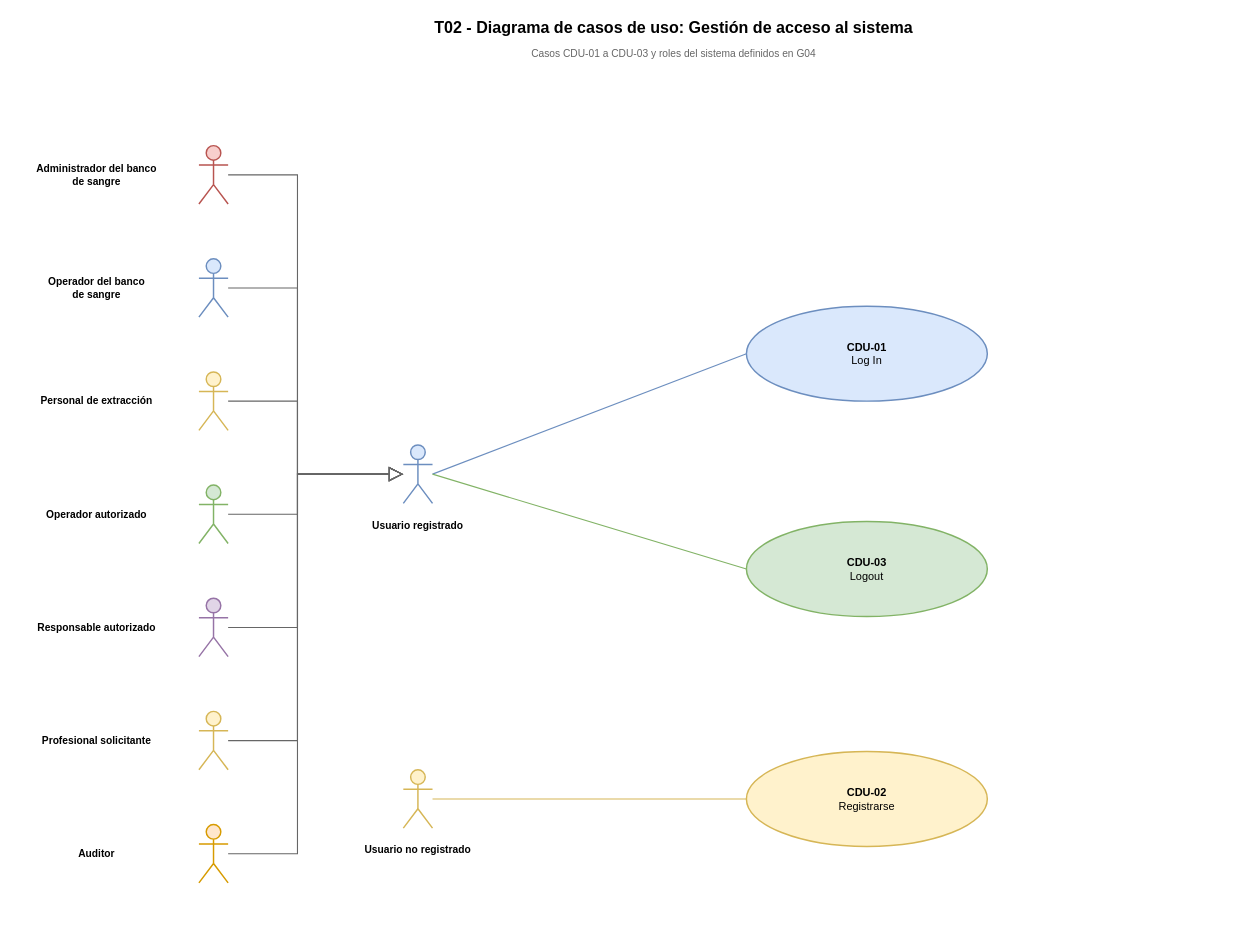
Above: Diagramas/Casos de Uso/T02 - CDU-01 a CDU-03 - Casos de uso.drawio in juanNH/Ingenieria-de-Software (draw.io), before the change. Source tidied: cells renumbered, new cells numbered last; positions are measured from the earlier drawing's top-left corner, leaving out a move shared by most shapes. Both pictures are drawn from the tidied source at 73%, with x=0, y=0 at pixel (12, 12).
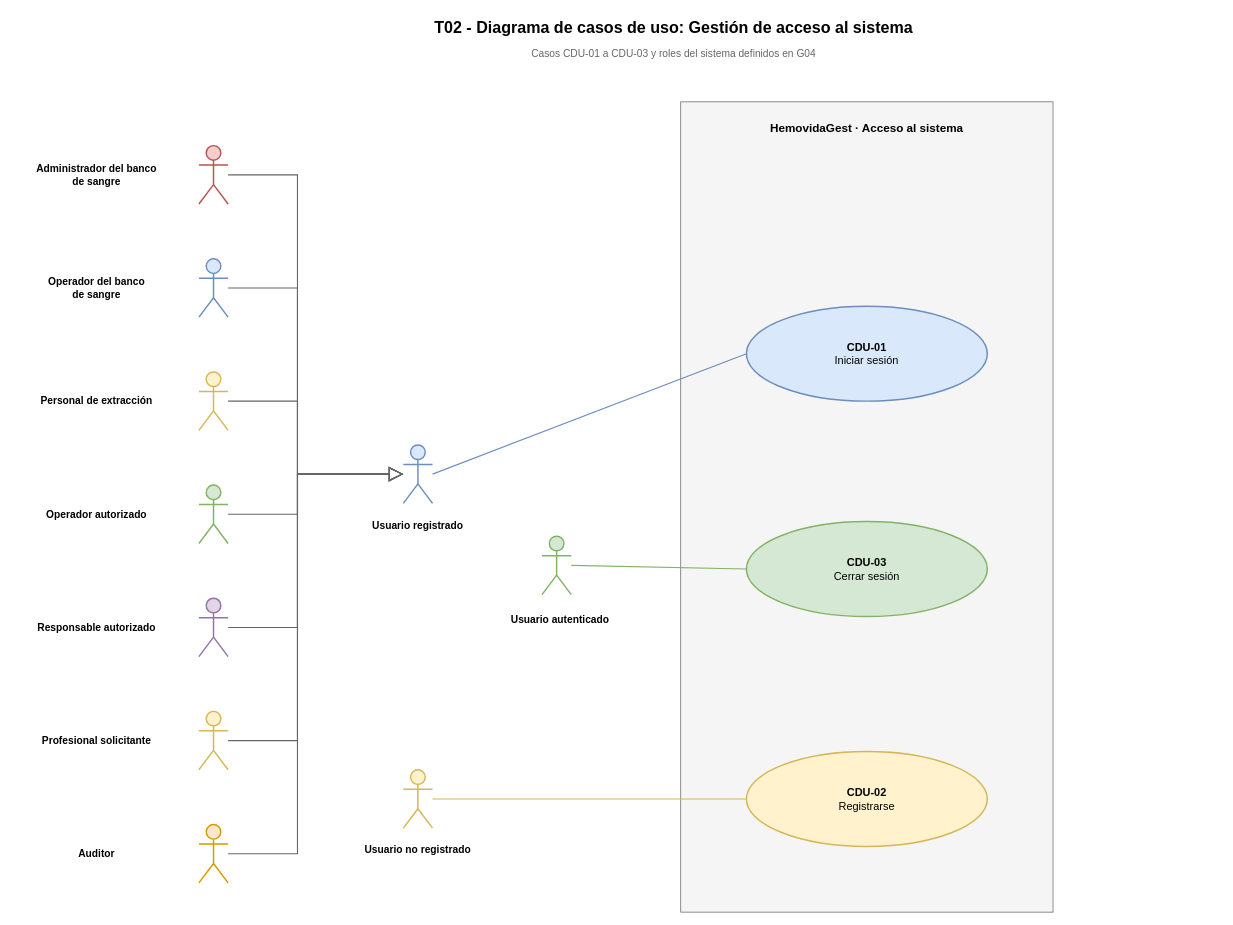
Above is the later version.

Unchanged cells that the change refers to:
```xml
<mxCell id="5" style="shape=umlActor;html=1;fillColor=#dae8fc;strokeColor=#6c8ebf;strokeWidth=2;" parent="1" vertex="1">
  <mxGeometry x="535" y="592" width="40" height="80" as="geometry" />
</mxCell>
```

What changed in the source:
```diff
@@
+    <mxCell id="35" value="&lt;b&gt;HemovidaGest · Acceso al sistema&lt;/b&gt;" style="rounded=0;whiteSpace=wrap;html=1;fillColor=#f5f5f5;strokeColor=#666666;verticalAlign=top;spacingTop=20;fontSize=16;fontFamily=Arial;" parent="1" vertex="1">
+      <mxGeometry x="915" y="122" width="510" height="1110" as="geometry" />
+    </mxCell>
@@
-    <mxCell id="4" value="&lt;b&gt;CDU-01&lt;/b&gt;&lt;br&gt;Log In" style="ellipse;whiteSpace=wrap;html=1;fillColor=#dae8fc;strokeColor=#6c8ebf;strokeWidth=2;fontSize=15;fontFamily=Arial;align=center;verticalAlign=middle;" parent="1" vertex="1">
+    <mxCell id="4" value="&lt;b&gt;CDU-01&lt;/b&gt;&lt;br&gt;Iniciar sesión" style="ellipse;whiteSpace=wrap;html=1;fillColor=#dae8fc;strokeColor=#6c8ebf;strokeWidth=2;fontSize=15;fontFamily=Arial;align=center;verticalAlign=middle;" parent="1" vertex="1">
       <mxGeometry x="1005" y="402" width="330" height="130" as="geometry" />
     </mxCell>
@@
-    <mxCell id="12" value="&lt;b&gt;CDU-03&lt;/b&gt;&lt;br&gt;Logout" style="ellipse;whiteSpace=wrap;html=1;fillColor=#d5e8d4;strokeColor=#82b366;strokeWidth=2;fontSize=15;fontFamily=Arial;align=center;verticalAlign=middle;" parent="1" vertex="1">
+    <mxCell id="12" value="&lt;b&gt;CDU-03&lt;/b&gt;&lt;br&gt;Cerrar sesión" style="ellipse;whiteSpace=wrap;html=1;fillColor=#d5e8d4;strokeColor=#82b366;strokeWidth=2;fontSize=15;fontFamily=Arial;align=center;verticalAlign=middle;" parent="1" vertex="1">
       <mxGeometry x="1005" y="697" width="330" height="130" as="geometry" />
     </mxCell>
@@
-    <mxCell id="27" style="rounded=0;html=1;endArrow=none;startArrow=none;strokeColor=#82b366;strokeWidth=1.5;exitX=1;exitY=0.5;entryX=0;entryY=0.5;" parent="1" edge="1" source="5" target="12">
+    <mxCell id="27" style="rounded=0;html=1;endArrow=none;startArrow=none;strokeColor=#82b366;strokeWidth=1.5;exitX=1;exitY=0.5;entryX=0;entryY=0.5;" parent="1" edge="1" source="36" target="12">
       <mxGeometry relative="1" as="geometry" />
     </mxCell>
@@
+    <mxCell id="36" style="shape=umlActor;html=1;fillColor=#d5e8d4;strokeColor=#82b366;strokeWidth=2;" parent="1" vertex="1">
+      <mxGeometry x="725" y="717" width="40" height="80" as="geometry" />
+    </mxCell>
+    <mxCell id="37" value="&lt;b&gt;Usuario autenticado&lt;/b&gt;" style="text;html=1;whiteSpace=wrap;strokeColor=none;fillColor=none;align=center;verticalAlign=middle;fontFamily=Arial;fontSize=14;" parent="1" vertex="1">
+      <mxGeometry x="635" y="807" width="230" height="50" as="geometry" />
+    </mxCell>
```
